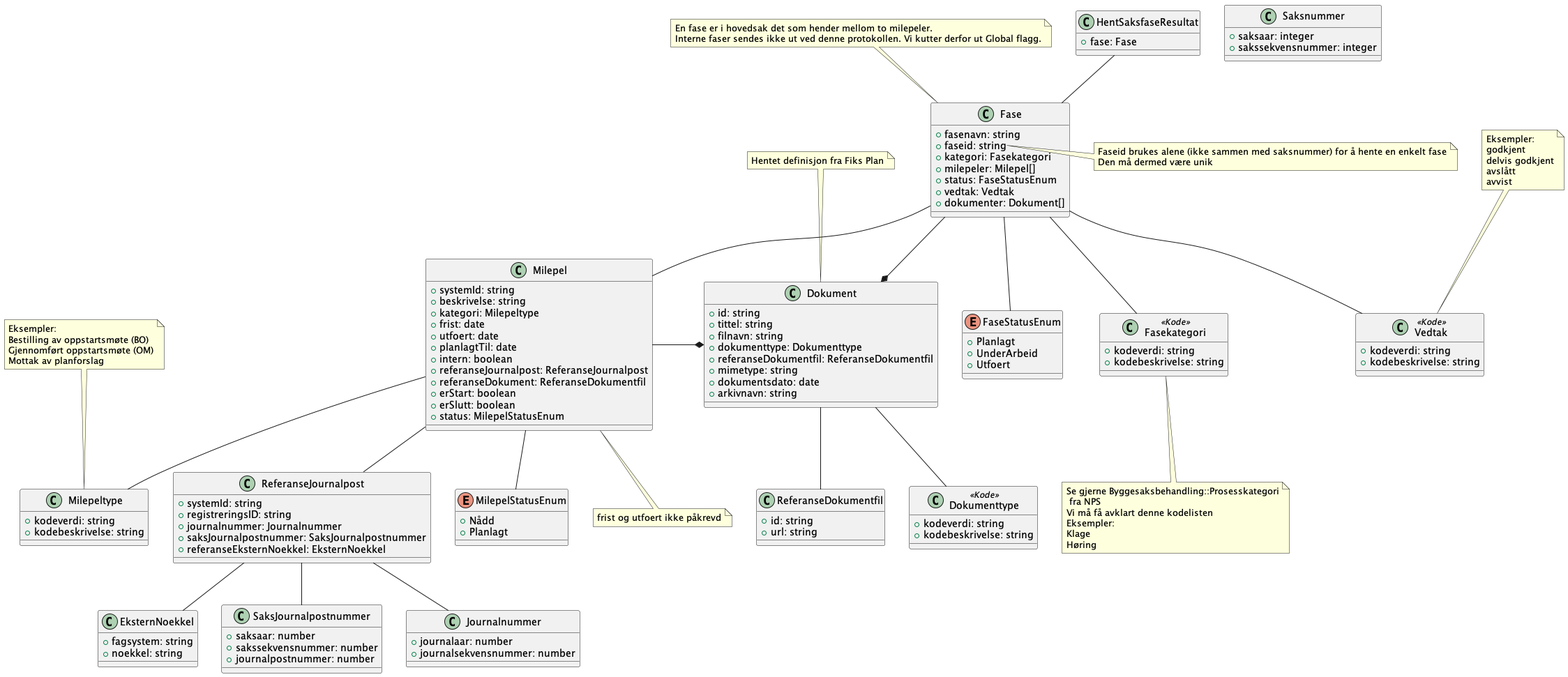
The PlantUML diagram Dokumentasjon/V1/ClassDiagrams/no.ks.fiks.saksfaser.v1.saksfase.hent.resultat/classdiagram.png in ks-no/fiks-saksfaser-specification, before a commit.
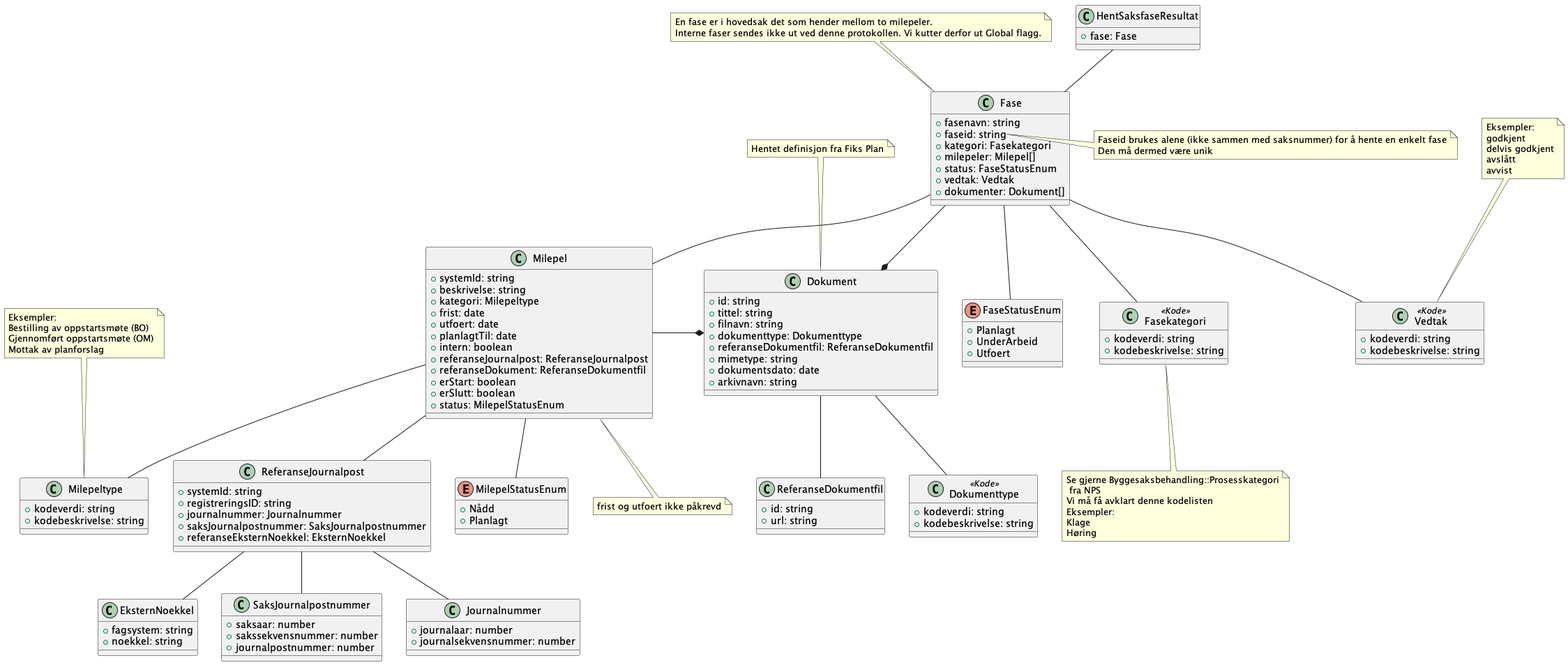
The same diagram one commit later.

Commit message:
Tatt bort saksnummer i diagrammet for hent saksfase da den ikke skal være med

Change to the diagram source:
```diff
@@ -2,7 +2,6 @@
 !include ./../no.ks.fiks.saksfaser.v1.felles.dokument/classdiagram.pu
 !include ./../no.ks.fiks.saksfaser.v1.felles.fase/classdiagram.pu
 !include ./../no.ks.fiks.saksfaser.v1.felles.milepel/classdiagram.pu
-!include ./../no.ks.fiks.saksfaser.v1.felles.saksnummer/classdiagram.pu
 
 class HentSaksfaseResultat {
     +fase: Fase
```
